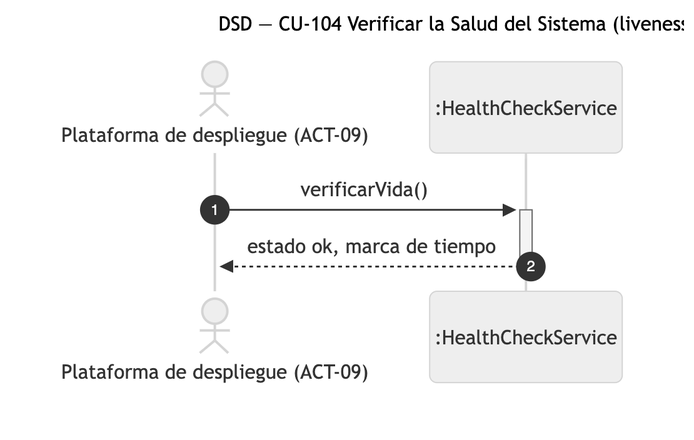
The Mermaid diagram diagramas/png/DSD_CU-104_verificarVida.png in Nahuelito-Dev/splg-docs, before a commit. Its source is kept beside it as diagramas/DSD_CU-104_verificarVida.mmd.
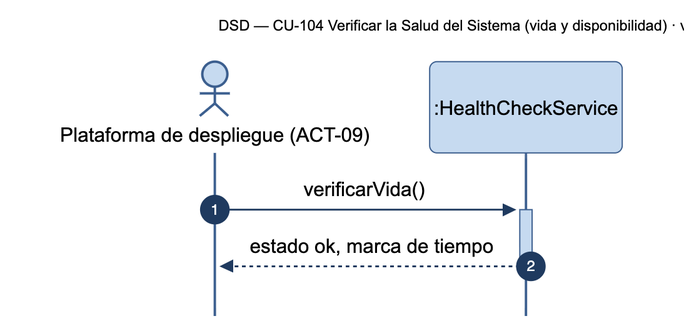
Above is the later version.

Change to the diagram source:
```diff
@@ -1,5 +1,5 @@
 sequenceDiagram
-    title DSD — CU-104 Verificar la Salud del Sistema (liveness / readiness) · verificarVida
+    title DSD — CU-104 Verificar la Salud del Sistema (vida y disponibilidad) · verificarVida
     autonumber
     actor SIS as Plataforma de despliegue (ACT-09)
     participant HCS as :HealthCheckService
```
